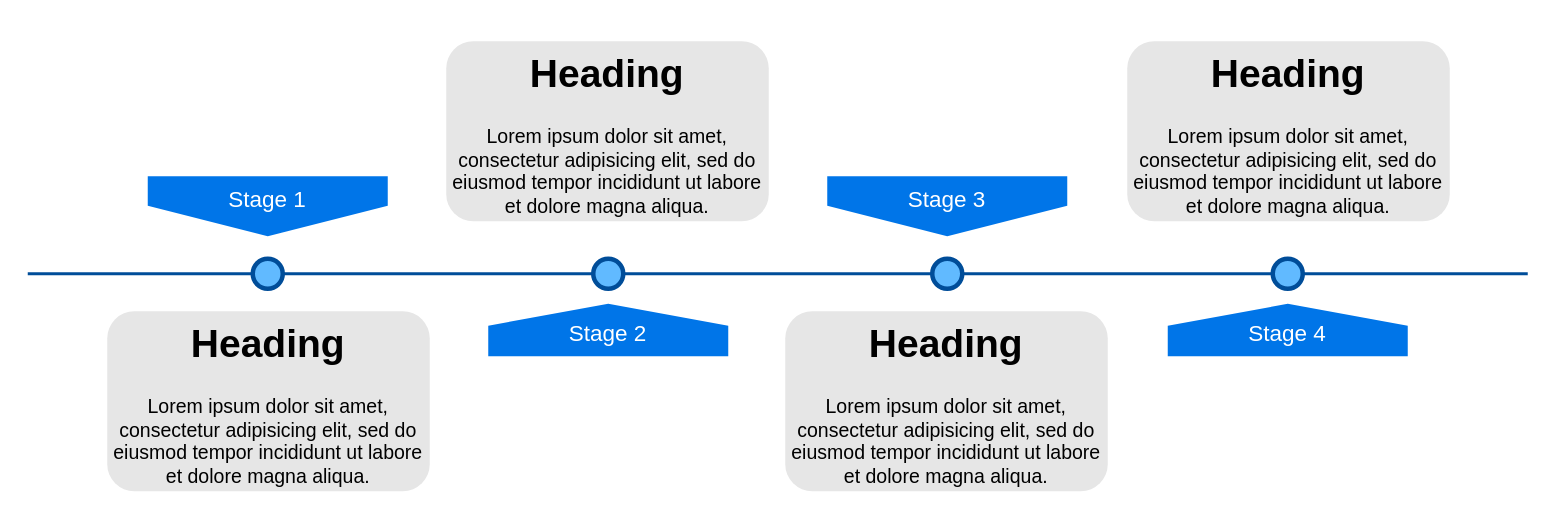
This is S1时间线.drawio from hustpawpaw/charts, a draw.io file, before an edit. Source tidied: cells renumbered, new cells numbered last; positions are measured from the earlier drawing's top-left corner, leaving out a move shared by most shapes. Both pictures are drawn from the tidied source at 150%, with x=0, y=0 at pixel (27, 40).
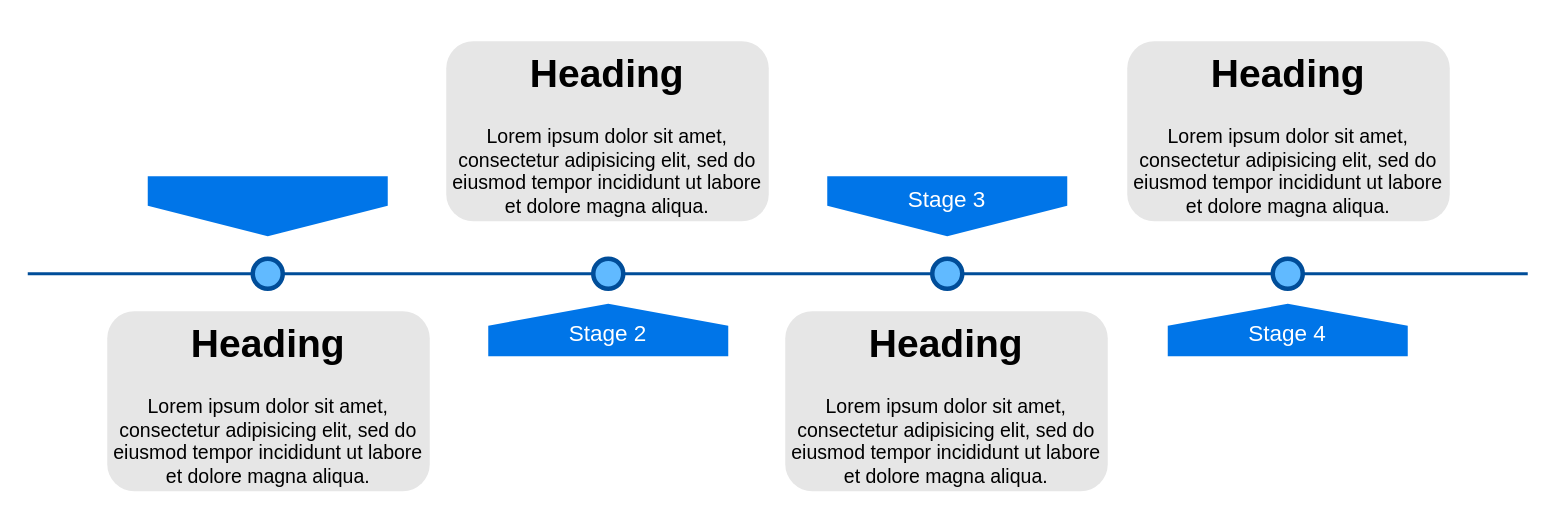
Above is the later version.

Diff of the diagram source:
```diff
@@
 <mxGraphModel>
   <root>
     <mxCell id="0" />
     <mxCell id="1" parent="0" />
     <mxCell id="2" style="line;strokeWidth=2;html=1;fillColor=none;fontSize=28;fontColor=#004D99;strokeColor=#004D99;" parent="1" vertex="1">
       <mxGeometry y="150" width="1000" height="10" as="geometry" />
     </mxCell>
-    <mxCell id="3" value="Stage 1" style="shape=offPageConnector;whiteSpace=wrap;html=1;fillColor=#0075E8;fontSize=15;fontColor=#FFFFFF;size=0.5093750000000015;verticalAlign=top;strokeColor=none;" parent="1" vertex="1">
+    <mxCell id="3" style="shape=offPageConnector;whiteSpace=wrap;html=1;fillColor=#0075E8;fontSize=15;fontColor=#FFFFFF;size=0.5093750000000015;verticalAlign=top;strokeColor=none;" parent="1" vertex="1">
       <mxGeometry x="80" y="90" width="160" height="40" as="geometry" />
     </mxCell>
     <mxCell id="4" value="&lt;span&gt;Stage 3&lt;/span&gt;" style="shape=offPageConnector;whiteSpace=wrap;html=1;fillColor=#0075E8;fontSize=15;fontColor=#FFFFFF;size=0.5093750000000015;verticalAlign=top;strokeColor=none;" parent="1" vertex="1">
       <mxGeometry x="533" y="90" width="160" height="40" as="geometry" />
     </mxCell>
     <mxCell id="5" value="&lt;span&gt;Stage 2&lt;/span&gt;" style="shape=offPageConnector;whiteSpace=wrap;html=1;fillColor=#0075E8;fontSize=15;fontColor=#FFFFFF;size=0.4178571428571445;flipV=1;verticalAlign=bottom;strokeColor=none;spacingBottom=4;" parent="1" vertex="1">
       <mxGeometry x="307" y="175" width="160" height="35" as="geometry" />
     </mxCell>
     <mxCell id="6" value="&lt;span&gt;Stage 4&lt;/span&gt;" style="shape=offPageConnector;whiteSpace=wrap;html=1;fillColor=#0075E8;fontSize=15;fontColor=#FFFFFF;size=0.4178571428571445;flipV=1;verticalAlign=bottom;strokeColor=none;spacingBottom=4;" parent="1" vertex="1">
       <mxGeometry x="760" y="175" width="160" height="35" as="geometry" />
     </mxCell>
     <mxCell id="7" style="ellipse;whiteSpace=wrap;html=1;fillColor=#61BAFF;fontSize=28;fontColor=#004D99;strokeWidth=3;strokeColor=#004D99;" parent="1" vertex="1">
       <mxGeometry x="150" y="145" width="20" height="20" as="geometry" />
     </mxCell>
     <mxCell id="8" style="ellipse;whiteSpace=wrap;html=1;fillColor=#61BAFF;fontSize=28;fontColor=#004D99;strokeWidth=3;strokeColor=#004D99;" parent="1" vertex="1">
       <mxGeometry x="377" y="145" width="20" height="20" as="geometry" />
     </mxCell>
     <mxCell id="9" style="ellipse;whiteSpace=wrap;html=1;fillColor=#61BAFF;fontSize=28;fontColor=#004D99;strokeWidth=3;strokeColor=#004D99;" parent="1" vertex="1">
       <mxGeometry x="603" y="145" width="20" height="20" as="geometry" />
     </mxCell>
     <mxCell id="10" style="ellipse;whiteSpace=wrap;html=1;fillColor=#61BAFF;fontSize=28;fontColor=#004D99;strokeWidth=3;strokeColor=#004D99;" parent="1" vertex="1">
       <mxGeometry x="830" y="145" width="20" height="20" as="geometry" />
     </mxCell>
     <mxCell id="11" value="&lt;h1&gt;Heading&lt;/h1&gt;&lt;p&gt;Lorem ipsum dolor sit amet, consectetur adipisicing elit, sed do eiusmod tempor incididunt ut labore et dolore magna aliqua.&lt;/p&gt;" style="text;html=1;spacing=5;spacingTop=-20;whiteSpace=wrap;overflow=hidden;strokeColor=none;strokeWidth=3;fillColor=#E6E6E6;fontSize=13;fontColor=#000000;align=center;rounded=1;" parent="1" vertex="1">
       <mxGeometry x="53" y="180" width="215" height="120" as="geometry" />
     </mxCell>
     <mxCell id="12" value="&lt;h1&gt;Heading&lt;/h1&gt;&lt;p&gt;Lorem ipsum dolor sit amet, consectetur adipisicing elit, sed do eiusmod tempor incididunt ut labore et dolore magna aliqua.&lt;/p&gt;" style="text;html=1;spacing=5;spacingTop=-20;whiteSpace=wrap;overflow=hidden;strokeColor=none;strokeWidth=3;fillColor=#E6E6E6;fontSize=13;fontColor=#000000;align=center;rounded=1;" parent="1" vertex="1">
       <mxGeometry x="279" width="215" height="120" as="geometry" />
     </mxCell>
     <mxCell id="13" value="&lt;h1&gt;Heading&lt;/h1&gt;&lt;p&gt;Lorem ipsum dolor sit amet, consectetur adipisicing elit, sed do eiusmod tempor incididunt ut labore et dolore magna aliqua.&lt;/p&gt;" style="text;html=1;spacing=5;spacingTop=-20;whiteSpace=wrap;overflow=hidden;strokeColor=none;strokeWidth=3;fillColor=#E6E6E6;fontSize=13;fontColor=#000000;align=center;rounded=1;" parent="1" vertex="1">
       <mxGeometry x="505" y="180" width="215" height="120" as="geometry" />
     </mxCell>
     <mxCell id="14" value="&lt;h1&gt;Heading&lt;/h1&gt;&lt;p&gt;Lorem ipsum dolor sit amet, consectetur adipisicing elit, sed do eiusmod tempor incididunt ut labore et dolore magna aliqua.&lt;/p&gt;" style="text;html=1;spacing=5;spacingTop=-20;whiteSpace=wrap;overflow=hidden;strokeColor=none;strokeWidth=3;fillColor=#E6E6E6;fontSize=13;fontColor=#000000;align=center;rounded=1;" parent="1" vertex="1">
       <mxGeometry x="733" width="215" height="120" as="geometry" />
     </mxCell>
   </root>
 </mxGraphModel>
```
